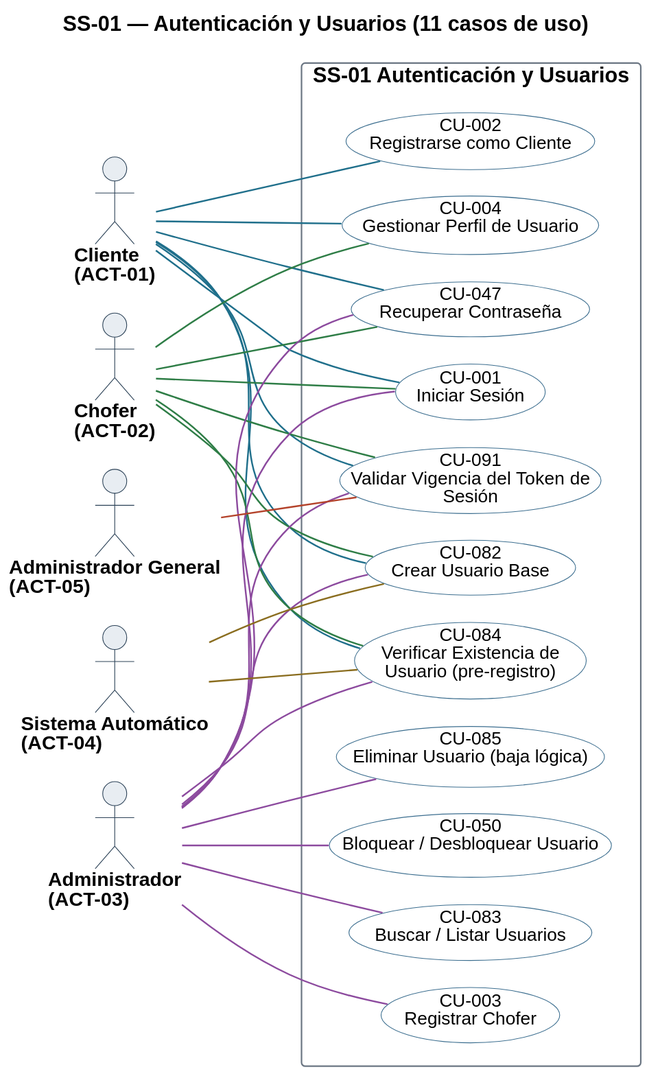
Above: diagramas/uml/CU_SS-01_Autenticacion-Y-Usuarios.svg in Nahuelito-Dev/splg-docs (PlantUML), before the change.
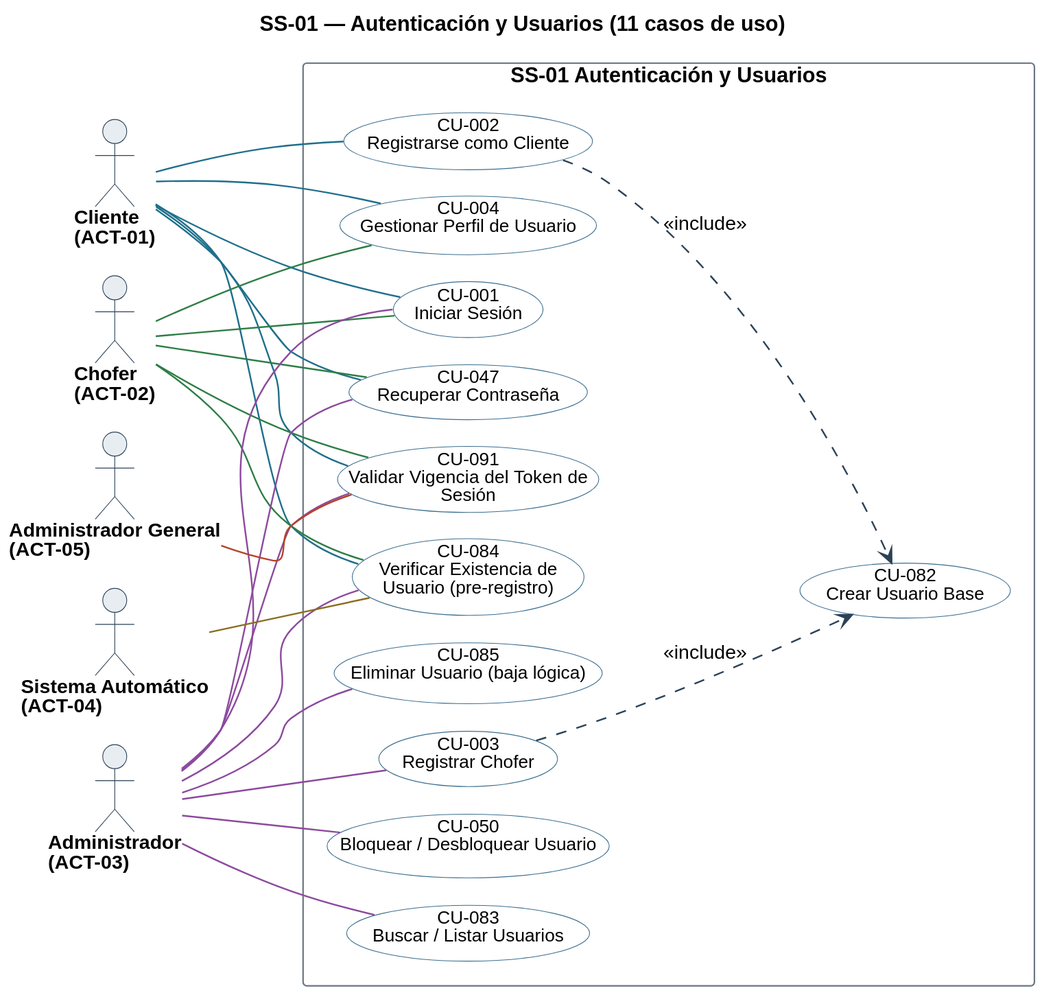
Later version of the same file.

What changed in the source:
```diff
@@ -58,25 +58,24 @@
 A01 -[#1F6F8B]- U002
 A01 -[#1F6F8B]- U004
 A01 -[#1F6F8B]- U047
-A01 -[#1F6F8B]- U082
 A01 -[#1F6F8B]- U084
 A01 -[#1F6F8B]- U091
 A02 -[#2E7D46]- U001
 A02 -[#2E7D46]- U004
 A02 -[#2E7D46]- U047
-A02 -[#2E7D46]- U082
 A02 -[#2E7D46]- U084
 A02 -[#2E7D46]- U091
 A03 -[#8C4A9E]- U001
 A03 -[#8C4A9E]- U003
 A03 -[#8C4A9E]- U047
 A03 -[#8C4A9E]- U050
-A03 -[#8C4A9E]- U082
 A03 -[#8C4A9E]- U083
 A03 -[#8C4A9E]- U084
 A03 -[#8C4A9E]- U085
 A03 -[#8C4A9E]- U091
-A04 -[#8A6D1F]- U082
 A04 -[#8A6D1F]- U084
 A05 -[#B4432B]- U091
+
+U002 ..> U082 : <<include>>
+U003 ..> U082 : <<include>>
 @enduml
```
